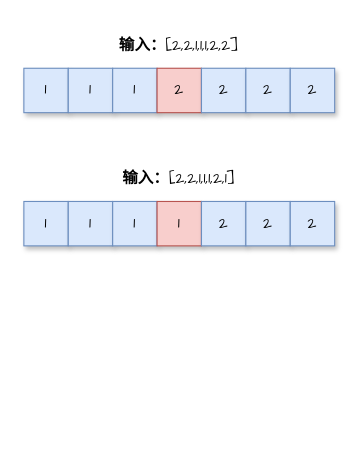
Before: draw.io/多数元素.drawio in goldknife6/algorithm, a draw.io diagram. Source tidied: cells renumbered, new cells numbered last; positions are measured from the earlier drawing's top-left corner, leaving out a move shared by most shapes. Both pictures are drawn from the tidied source at 111%, with x=0, y=0 at pixel (23, 23).
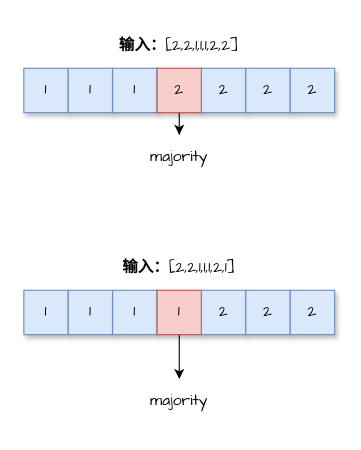
After the change.

Commit message (it also covers changes not shown here):
更新多数元素.drawio

The change refers to these unchanged cells:
```xml
<mxCell id="5" value="&lt;font style=&quot;font-size: 14px&quot; face=&quot;Comic Sans MS&quot;&gt;2&lt;/font&gt;" style="rounded=0;whiteSpace=wrap;html=1;shadow=1;sketch=0;fillColor=#f8cecc;strokeColor=#b85450;" parent="1" vertex="1">
  <mxGeometry x="120" y="40" width="40" height="40" as="geometry" />
</mxCell>
```

The edit, as a diff of the source:
```diff
@@
-<mxGraphModel>
+<mxGraphModel background="#ffffff">
@@
+    <mxCell id="18" style="edgeStyle=orthogonalEdgeStyle;rounded=0;jettySize=auto;html=1;exitX=0.5;exitY=1;exitDx=0;exitDy=0;fontFamily=Comic Sans MS;fontSize=14;" parent="1" edge="1" source="5" target="20">
+      <mxGeometry relative="1" as="geometry" />
+    </mxCell>
@@
     <mxCell id="9" value="&lt;font style=&quot;font-size: 14px&quot; face=&quot;Comic Sans MS&quot;&gt;1&lt;/font&gt;" style="rounded=0;whiteSpace=wrap;html=1;shadow=1;sketch=0;fillColor=#dae8fc;strokeColor=#6c8ebf;" parent="1" vertex="1">
-      <mxGeometry y="160" width="40" height="40" as="geometry" />
+      <mxGeometry y="240" width="40" height="40" as="geometry" />
     </mxCell>
     <mxCell id="10" value="&lt;font style=&quot;font-size: 14px&quot; face=&quot;Comic Sans MS&quot;&gt;1&lt;/font&gt;" style="rounded=0;whiteSpace=wrap;html=1;shadow=1;sketch=0;fillColor=#dae8fc;strokeColor=#6c8ebf;" parent="1" vertex="1">
-      <mxGeometry x="40" y="160" width="40" height="40" as="geometry" />
+      <mxGeometry x="40" y="240" width="40" height="40" as="geometry" />
     </mxCell>
     <mxCell id="11" value="&lt;font style=&quot;font-size: 14px&quot; face=&quot;Comic Sans MS&quot;&gt;1&lt;/font&gt;" style="rounded=0;whiteSpace=wrap;html=1;shadow=1;sketch=0;fillColor=#dae8fc;strokeColor=#6c8ebf;" parent="1" vertex="1">
-      <mxGeometry x="80" y="160" width="40" height="40" as="geometry" />
+      <mxGeometry x="80" y="240" width="40" height="40" as="geometry" />
     </mxCell>
+    <mxCell id="19" style="edgeStyle=orthogonalEdgeStyle;rounded=0;jettySize=auto;html=1;exitX=0.5;exitY=1;exitDx=0;exitDy=0;entryX=0.5;entryY=0;entryDx=0;entryDy=0;fontFamily=Comic Sans MS;fontSize=14;" parent="1" edge="1" source="12" target="21">
+      <mxGeometry relative="1" as="geometry" />
+    </mxCell>
     <mxCell id="12" value="&lt;font style=&quot;font-size: 14px&quot; face=&quot;Comic Sans MS&quot;&gt;1&lt;/font&gt;" style="rounded=0;whiteSpace=wrap;html=1;shadow=1;sketch=0;fillColor=#f8cecc;strokeColor=#b85450;" parent="1" vertex="1">
-      <mxGeometry x="120" y="160" width="40" height="40" as="geometry" />
+      <mxGeometry x="120" y="240" width="40" height="40" as="geometry" />
     </mxCell>
     <mxCell id="13" value="&lt;font style=&quot;font-size: 14px&quot; face=&quot;Comic Sans MS&quot;&gt;2&lt;/font&gt;" style="rounded=0;whiteSpace=wrap;html=1;shadow=1;sketch=0;fillColor=#dae8fc;strokeColor=#6c8ebf;" parent="1" vertex="1">
-      <mxGeometry x="160" y="160" width="40" height="40" as="geometry" />
+      <mxGeometry x="160" y="240" width="40" height="40" as="geometry" />
     </mxCell>
     <mxCell id="14" value="&lt;font style=&quot;font-size: 14px&quot; face=&quot;Comic Sans MS&quot;&gt;2&lt;/font&gt;" style="rounded=0;whiteSpace=wrap;html=1;shadow=1;sketch=0;fillColor=#dae8fc;strokeColor=#6c8ebf;" parent="1" vertex="1">
-      <mxGeometry x="200" y="160" width="40" height="40" as="geometry" />
+      <mxGeometry x="200" y="240" width="40" height="40" as="geometry" />
     </mxCell>
     <mxCell id="15" value="&lt;font style=&quot;font-size: 14px&quot; face=&quot;Comic Sans MS&quot;&gt;2&lt;/font&gt;" style="rounded=0;whiteSpace=wrap;html=1;shadow=1;sketch=0;fillColor=#dae8fc;strokeColor=#6c8ebf;" parent="1" vertex="1">
-      <mxGeometry x="240" y="160" width="40" height="40" as="geometry" />
+      <mxGeometry x="240" y="240" width="40" height="40" as="geometry" />
     </mxCell>
@@
     <mxCell id="17" value="&lt;div class=&quot;okr-block-clipboard&quot;&gt;&lt;/div&gt;&lt;div&gt;&lt;blockquote&gt;&lt;b&gt;输入：&lt;/b&gt;[2,2,1,1,1,2,1]&lt;/blockquote&gt;&lt;/div&gt;" style="text;html=1;strokeColor=none;fillColor=none;align=center;verticalAlign=middle;whiteSpace=wrap;rounded=0;shadow=1;sketch=0;fontFamily=Comic Sans MS;fontSize=14;" parent="1" vertex="1">
-      <mxGeometry y="120" width="280" height="40" as="geometry" />
+      <mxGeometry y="200" width="280" height="40" as="geometry" />
     </mxCell>
+    <mxCell id="20" value="majority" style="text;html=1;strokeColor=none;fillColor=none;align=center;verticalAlign=middle;whiteSpace=wrap;rounded=0;shadow=1;sketch=0;fontFamily=Comic Sans MS;fontSize=14;" parent="1" vertex="1">
+      <mxGeometry x="80" y="100" width="120" height="40" as="geometry" />
+    </mxCell>
+    <mxCell id="21" value="majority" style="text;html=1;strokeColor=none;fillColor=none;align=center;verticalAlign=middle;whiteSpace=wrap;rounded=0;shadow=1;sketch=0;fontFamily=Comic Sans MS;fontSize=14;" parent="1" vertex="1">
+      <mxGeometry x="80" y="320" width="120" height="40" as="geometry" />
+    </mxCell>
```
